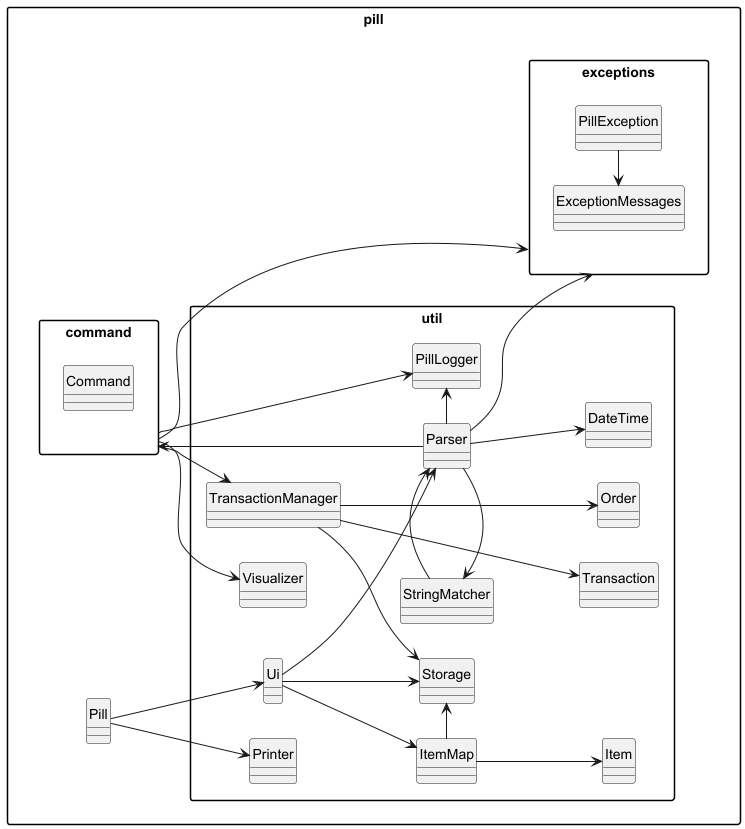
yijiano/tp keeps this PlantUML diagram as docs/diagrams/High-Level-Overview.png. Above is the earlier version.
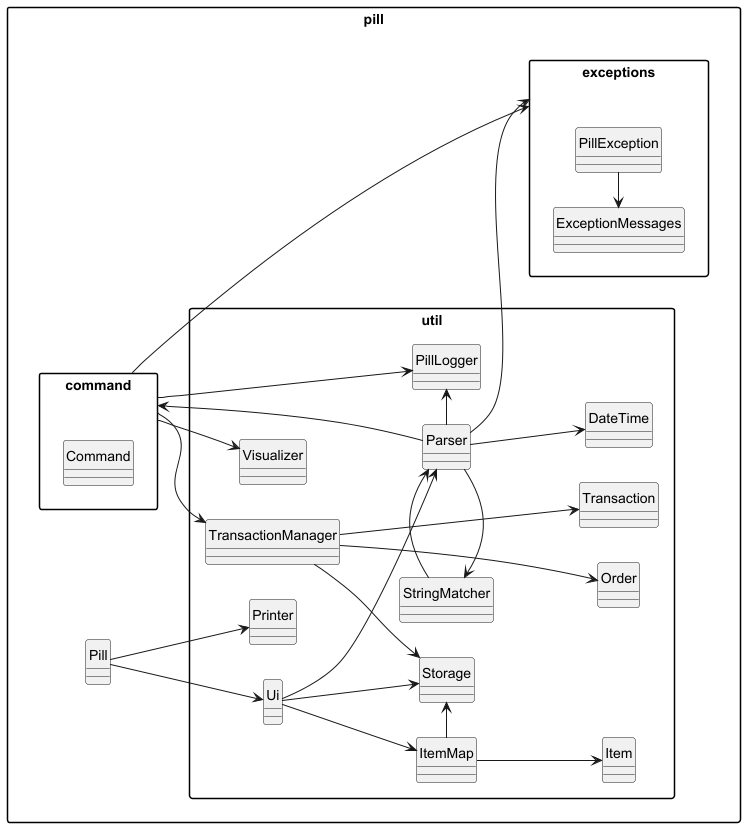
The same file after the commit.

The edit, as a diff of the source:
```diff
@@ -44,7 +44,7 @@
     ItemMap --> Item
 
 
-    Parser --> command
+    Parser -> command
     Parser -up> StringMatcher
     Parser --> DateTime
     StringMatcher -> Parser
```
